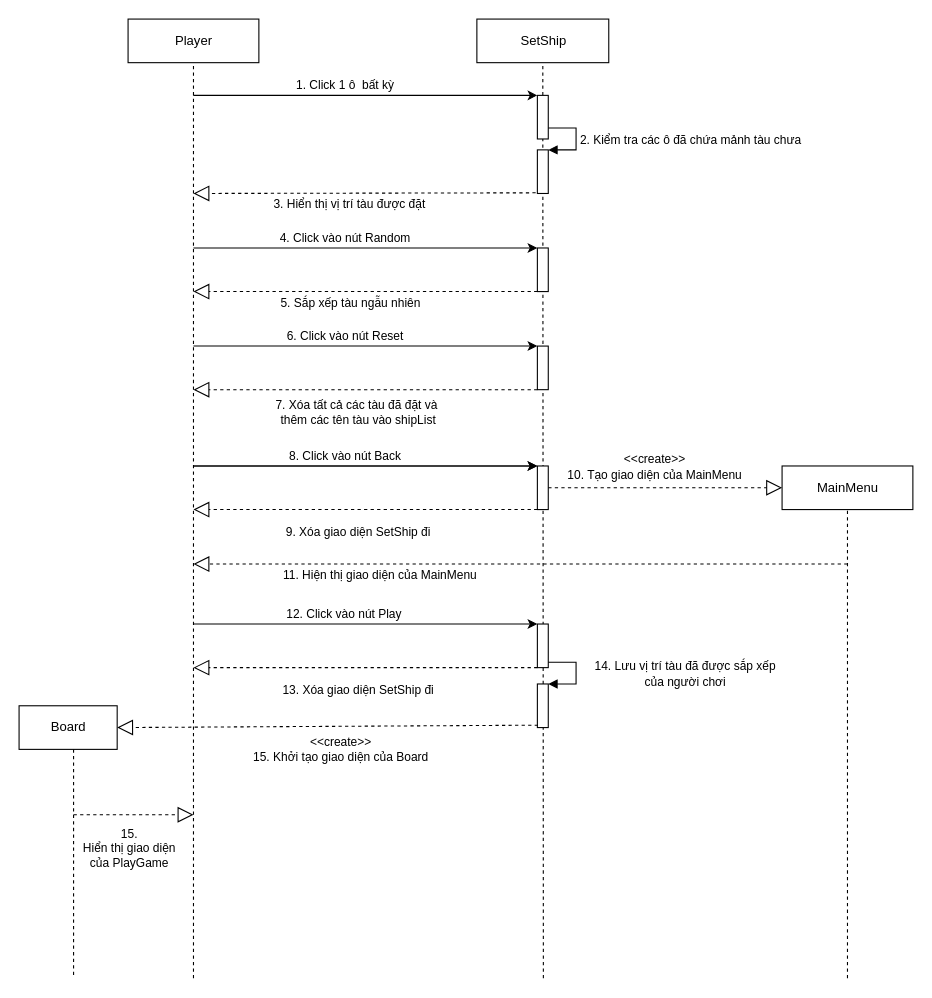
This is page "Page-7" (7 of 7) of Untitled Diagram.drawio from huytruengusi/Battleship-OOP, a draw.io file, before an edit. Source tidied: cells renumbered, new cells numbered last; positions are measured from the earlier drawing's top-left corner, leaving out a move shared by most shapes. Both pictures are drawn from the tidied source at 109%, with x=0, y=0 at pixel (19, 19).
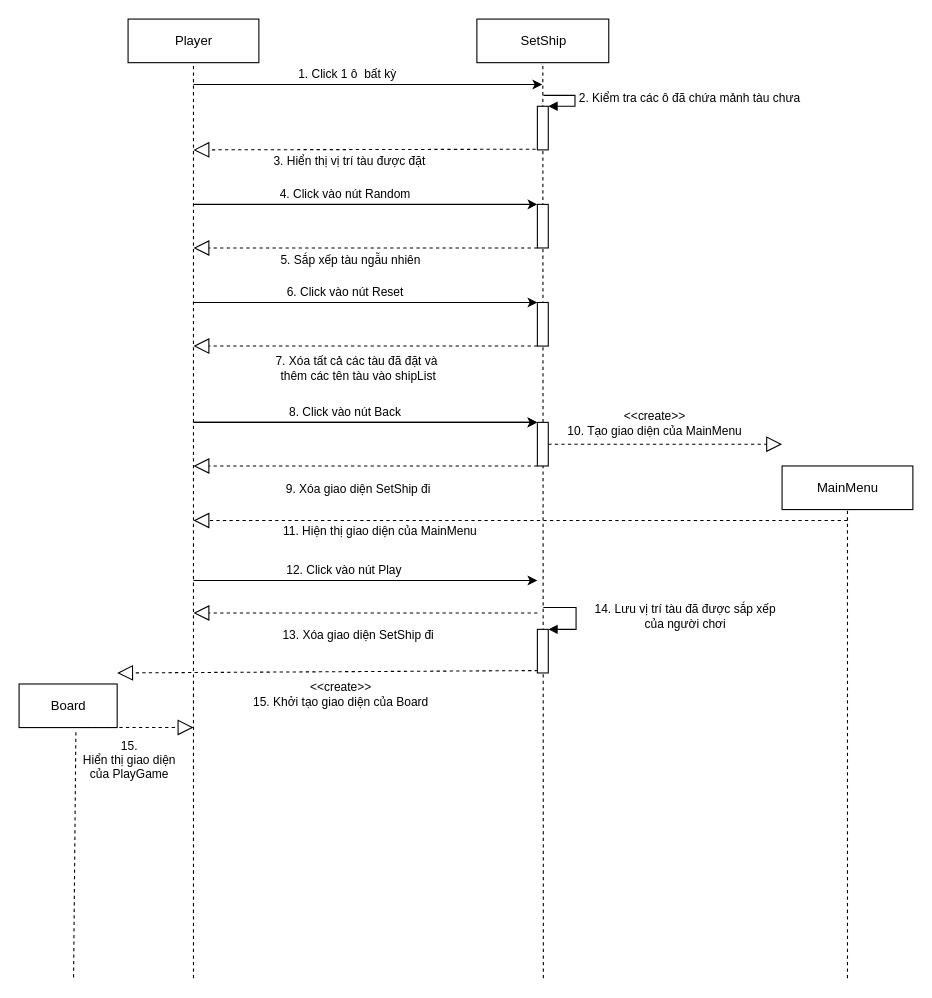
The same page after the edit.

Unchanged cells that the change refers to:
```xml
<mxCell id="3" value="SetShip" style="html=1;" parent="1" vertex="1">
  <mxGeometry x="420" width="121" height="40" as="geometry" />
</mxCell>
<mxCell id="31" value="MainMenu" style="html=1;" parent="1" vertex="1">
  <mxGeometry x="700" y="410" width="120" height="40" as="geometry" />
</mxCell>
```

Diff of the diagram source:
```diff
@@
-    <mxCell id="5" style="endArrow=none;dashed=1;html=1;rounded=0;entryX=0.5;entryY=1;entryDx=0;entryDy=0;startArrow=none;" parent="1" edge="1" source="8" target="3">
-      <mxGeometry relative="1" as="geometry" />
-    </mxCell>
-    <mxCell id="6" style="endArrow=classic;html=1;rounded=0;entryX=0;entryY=1;entryDx=0;entryDy=0;" parent="1" edge="1" target="8">
+    <mxCell id="6" style="endArrow=classic;html=1;rounded=0;" parent="1" edge="1">
       <mxGeometry relative="1" as="geometry">
-        <mxPoint x="160" y="70" as="sourcePoint" />
+        <mxPoint x="160" y="60" as="sourcePoint" />
+        <mxPoint x="480" y="60" as="targetPoint" />
       </mxGeometry>
     </mxCell>
@@
-    <mxCell id="8" style="rounded=0;whiteSpace=wrap;html=1;direction=south;" parent="1" vertex="1">
-      <mxGeometry x="475.5" y="70" width="10" height="40" as="geometry" />
-    </mxCell>
-    <mxCell id="9" style="endArrow=none;dashed=1;html=1;rounded=0;entryX=1;entryY=0.5;entryDx=0;entryDy=0;" parent="1" edge="1" target="8">
+    <mxCell id="9" style="endArrow=none;dashed=1;html=1;rounded=0;entryX=0.5;entryY=1;entryDx=0;entryDy=0;" parent="1" edge="1" target="3">
       <mxGeometry relative="1" as="geometry">
         <mxPoint x="481" y="880" as="sourcePoint" />
       </mxGeometry>
     </mxCell>
     <mxCell id="10" style="html=1;points=[];perimeter=orthogonalPerimeter;" parent="1" vertex="1">
-      <mxGeometry x="475.5" y="120" width="10" height="40" as="geometry" />
+      <mxGeometry x="475.5" y="80" width="10" height="40" as="geometry" />
     </mxCell>
-    <mxCell id="11" value="2. Kiểm tra các ô đã chứa mảnh tàu chưa" style="edgeStyle=orthogonalEdgeStyle;html=1;align=left;spacingLeft=2;endArrow=block;rounded=0;entryX=1;entryY=0;exitX=0.75;exitY=0;exitDx=0;exitDy=0;" parent="1" edge="1" source="8" target="10">
+    <mxCell id="11" value="2. Kiểm tra các ô đã chứa mảnh tàu chưa" style="edgeStyle=orthogonalEdgeStyle;html=1;align=left;spacingLeft=2;endArrow=block;rounded=0;entryX=1;entryY=0;" parent="1" edge="1" target="10">
       <mxGeometry relative="1" as="geometry">
+        <mxPoint x="481" y="70" as="sourcePoint" />
         <Array as="points">
-          <mxPoint x="511" y="100" />
-          <mxPoint x="511" y="120" />
+          <mxPoint x="510" y="70" />
+          <mxPoint x="510" y="80" />
         </Array>
       </mxGeometry>
     </mxCell>
     <mxCell id="12" style="endArrow=block;dashed=1;endFill=0;endSize=12;html=1;rounded=0;exitX=-0.156;exitY=0.985;exitDx=0;exitDy=0;exitPerimeter=0;" parent="1" edge="1" source="10">
       <mxGeometry relative="1" as="geometry">
-        <mxPoint x="160" y="160" as="targetPoint" />
+        <mxPoint x="160" y="120" as="targetPoint" />
       </mxGeometry>
     </mxCell>
@@
     <mxCell id="14" style="endArrow=classic;html=1;rounded=0;entryX=0;entryY=1;entryDx=0;entryDy=0;" parent="1" edge="1">
       <mxGeometry relative="1" as="geometry">
-        <mxPoint x="160" y="210" as="sourcePoint" />
-        <mxPoint x="475.5" y="210" as="targetPoint" />
+        <mxPoint x="160" y="170" as="sourcePoint" />
+        <mxPoint x="475.5" y="170" as="targetPoint" />
       </mxGeometry>
     </mxCell>
@@
     <mxCell id="16" style="endArrow=block;dashed=1;endFill=0;endSize=12;html=1;rounded=0;exitX=1;exitY=1;exitDx=0;exitDy=0;" parent="1" edge="1" source="18">
       <mxGeometry relative="1" as="geometry">
-        <mxPoint x="160" y="250" as="targetPoint" />
+        <mxPoint x="160" y="210" as="targetPoint" />
       </mxGeometry>
     </mxCell>
@@
     <mxCell id="18" style="rounded=0;whiteSpace=wrap;html=1;direction=south;" parent="1" vertex="1">
-      <mxGeometry x="475.5" y="210" width="10" height="40" as="geometry" />
+      <mxGeometry x="475.5" y="170" width="10" height="40" as="geometry" />
     </mxCell>
     <mxCell id="19" style="endArrow=classic;html=1;rounded=0;entryX=0;entryY=1;entryDx=0;entryDy=0;" parent="1" edge="1">
       <mxGeometry relative="1" as="geometry">
-        <mxPoint x="160" y="300" as="sourcePoint" />
-        <mxPoint x="475.5" y="300" as="targetPoint" />
+        <mxPoint x="160" y="260" as="sourcePoint" />
+        <mxPoint x="475.5" y="260" as="targetPoint" />
       </mxGeometry>
     </mxCell>
@@
     <mxCell id="21" style="endArrow=block;dashed=1;endFill=0;endSize=12;html=1;rounded=0;exitX=1;exitY=1;exitDx=0;exitDy=0;" parent="1" edge="1" source="23">
       <mxGeometry relative="1" as="geometry">
-        <mxPoint x="160" y="340" as="targetPoint" />
+        <mxPoint x="160" y="300" as="targetPoint" />
       </mxGeometry>
     </mxCell>
@@
     <mxCell id="23" style="rounded=0;whiteSpace=wrap;html=1;direction=south;" parent="1" vertex="1">
-      <mxGeometry x="475.5" y="300" width="10" height="40" as="geometry" />
+      <mxGeometry x="475.5" y="260" width="10" height="40" as="geometry" />
     </mxCell>
     <mxCell id="24" style="rounded=0;whiteSpace=wrap;html=1;direction=south;" parent="1" vertex="1">
-      <mxGeometry x="475.5" y="410" width="10" height="40" as="geometry" />
+      <mxGeometry x="475.5" y="370" width="10" height="40" as="geometry" />
     </mxCell>
     <mxCell id="25" style="endArrow=block;dashed=1;endFill=0;endSize=12;html=1;rounded=0;exitX=1;exitY=1;exitDx=0;exitDy=0;" parent="1" edge="1" source="24">
       <mxGeometry relative="1" as="geometry">
-        <mxPoint x="160" y="450" as="targetPoint" />
+        <mxPoint x="160" y="410" as="targetPoint" />
       </mxGeometry>
     </mxCell>
@@
     <mxCell id="27" style="endArrow=classic;html=1;rounded=0;entryX=0;entryY=1;entryDx=0;entryDy=0;" parent="1" edge="1">
       <mxGeometry relative="1" as="geometry">
-        <mxPoint x="160" y="410" as="sourcePoint" />
-        <mxPoint x="475.5" y="410" as="targetPoint" />
+        <mxPoint x="160" y="370" as="sourcePoint" />
+        <mxPoint x="475.5" y="370" as="targetPoint" />
       </mxGeometry>
     </mxCell>
@@
-    <mxCell id="29" style="endArrow=block;dashed=1;endFill=0;endSize=12;html=1;rounded=0;exitX=0.5;exitY=0;exitDx=0;exitDy=0;entryX=0;entryY=0.5;entryDx=0;entryDy=0;" parent="1" edge="1" source="24" target="31">
-      <mxGeometry relative="1" as="geometry" />
+    <mxCell id="29" style="endArrow=block;dashed=1;endFill=0;endSize=12;html=1;rounded=0;exitX=0.5;exitY=0;exitDx=0;exitDy=0;entryX=0;entryY=0.5;entryDx=0;entryDy=0;" parent="1" edge="1" source="24">
+      <mxGeometry relative="1" as="geometry">
+        <mxPoint x="700" y="390" as="targetPoint" />
+      </mxGeometry>
     </mxCell>
@@
     <mxCell id="33" value="11. Hiện thị giao diện của MainMenu" style="endArrow=block;dashed=1;endFill=0;endSize=12;html=1;rounded=0;" parent="1" edge="1">
       <mxGeometry x="0.43" y="10" relative="1" as="geometry">
-        <mxPoint x="760" y="500" as="sourcePoint" />
-        <mxPoint x="160" y="500" as="targetPoint" />
+        <mxPoint x="760" y="460" as="sourcePoint" />
+        <mxPoint x="160" y="460" as="targetPoint" />
       </mxGeometry>
     </mxCell>
     <mxCell id="34" style="endArrow=classic;html=1;rounded=0;entryX=0;entryY=1;entryDx=0;entryDy=0;" parent="1" edge="1">
       <mxGeometry relative="1" as="geometry">
-        <mxPoint x="160" y="410" as="sourcePoint" />
-        <mxPoint x="475.5" y="410" as="targetPoint" />
+        <mxPoint x="160" y="370" as="sourcePoint" />
+        <mxPoint x="475.5" y="370" as="targetPoint" />
       </mxGeometry>
     </mxCell>
@@
     <mxCell id="36" style="endArrow=classic;html=1;rounded=0;entryX=0;entryY=1;entryDx=0;entryDy=0;" parent="1" edge="1">
       <mxGeometry relative="1" as="geometry">
-        <mxPoint x="160" y="555" as="sourcePoint" />
-        <mxPoint x="475.5" y="555" as="targetPoint" />
+        <mxPoint x="160" y="515" as="sourcePoint" />
+        <mxPoint x="475.5" y="515" as="targetPoint" />
       </mxGeometry>
     </mxCell>
@@
-    <mxCell id="38" style="rounded=0;whiteSpace=wrap;html=1;direction=south;" parent="1" vertex="1">
-      <mxGeometry x="475.5" y="555" width="10" height="40" as="geometry" />
-    </mxCell>
-    <mxCell id="39" style="endArrow=block;dashed=1;endFill=0;endSize=12;html=1;rounded=0;exitX=1;exitY=1;exitDx=0;exitDy=0;" parent="1" edge="1" source="38">
+    <mxCell id="39" style="endArrow=block;dashed=1;endFill=0;endSize=12;html=1;rounded=0;exitX=1;exitY=1;exitDx=0;exitDy=0;" parent="1" edge="1">
       <mxGeometry relative="1" as="geometry">
-        <mxPoint x="160" y="595" as="targetPoint" />
+        <mxPoint x="475.5" y="544.9" as="sourcePoint" />
+        <mxPoint x="160" y="544.9" as="targetPoint" />
       </mxGeometry>
     </mxCell>
@@
     <mxCell id="41" style="html=1;points=[];perimeter=orthogonalPerimeter;" parent="1" vertex="1">
-      <mxGeometry x="475.5" y="610" width="10" height="40" as="geometry" />
+      <mxGeometry x="475.5" y="559.9" width="10" height="40" as="geometry" />
     </mxCell>
-    <mxCell id="42" value="14. Lưu vị trí tàu đã được sắp xếp &lt;br&gt;của người chơi" style="edgeStyle=orthogonalEdgeStyle;html=1;align=center;spacingLeft=2;endArrow=block;rounded=0;entryX=1;entryY=0;exitX=0.75;exitY=0;exitDx=0;exitDy=0;" parent="1" edge="1" target="41">
+    <mxCell id="42" value="14. Lưu vị trí tàu đã được sắp xếp &lt;br&gt;của người chơi" style="edgeStyle=orthogonalEdgeStyle;html=1;align=center;spacingLeft=2;endArrow=block;rounded=0;entryX=1;entryY=0;" parent="1" edge="1" target="41">
       <mxGeometry y="99" relative="1" as="geometry">
-        <mxPoint x="485.5" y="590" as="sourcePoint" />
+        <mxPoint x="481" y="539.9" as="sourcePoint" />
         <Array as="points">
-          <mxPoint x="511" y="590" />
-          <mxPoint x="511" y="610" />
+          <mxPoint x="511" y="539.9" />
+          <mxPoint x="511" y="559.9" />
         </Array>
       </mxGeometry>
     </mxCell>
-    <mxCell id="43" style="endArrow=block;dashed=1;endFill=0;endSize=12;html=1;rounded=0;exitX=0.054;exitY=0.945;exitDx=0;exitDy=0;exitPerimeter=0;entryX=1;entryY=0.5;entryDx=0;entryDy=0;" parent="1" edge="1" source="41" target="45">
-      <mxGeometry relative="1" as="geometry" />
+    <mxCell id="43" style="endArrow=block;dashed=1;endFill=0;endSize=12;html=1;rounded=0;exitX=0.054;exitY=0.945;exitDx=0;exitDy=0;exitPerimeter=0;entryX=1;entryY=0.5;entryDx=0;entryDy=0;" parent="1" edge="1" source="41">
+      <mxGeometry relative="1" as="geometry">
+        <mxPoint x="90" y="599.9" as="targetPoint" />
+      </mxGeometry>
     </mxCell>
@@
     <mxCell id="45" value="Board" style="html=1;" parent="1" vertex="1">
-      <mxGeometry y="630" width="90" height="40" as="geometry" />
+      <mxGeometry y="610" width="90" height="40" as="geometry" />
     </mxCell>
-    <mxCell id="46" style="endArrow=none;dashed=1;html=1;rounded=0;" parent="1" edge="1">
+    <mxCell id="46" style="endArrow=none;dashed=1;html=1;rounded=0;exitX=0.579;exitY=1.105;exitDx=0;exitDy=0;exitPerimeter=0;" parent="1" edge="1" source="45">
       <mxGeometry relative="1" as="geometry">
-        <mxPoint x="50" y="670" as="sourcePoint" />
         <mxPoint x="50" y="880" as="targetPoint" />
       </mxGeometry>
     </mxCell>
     <mxCell id="47" style="endArrow=block;dashed=1;endFill=0;endSize=12;html=1;rounded=0;" parent="1" edge="1">
       <mxGeometry relative="1" as="geometry">
-        <mxPoint x="50" y="730" as="sourcePoint" />
-        <mxPoint x="160" y="730" as="targetPoint" />
+        <mxPoint x="50" y="649.9" as="sourcePoint" />
+        <mxPoint x="160" y="649.9" as="targetPoint" />
       </mxGeometry>
     </mxCell>
```
